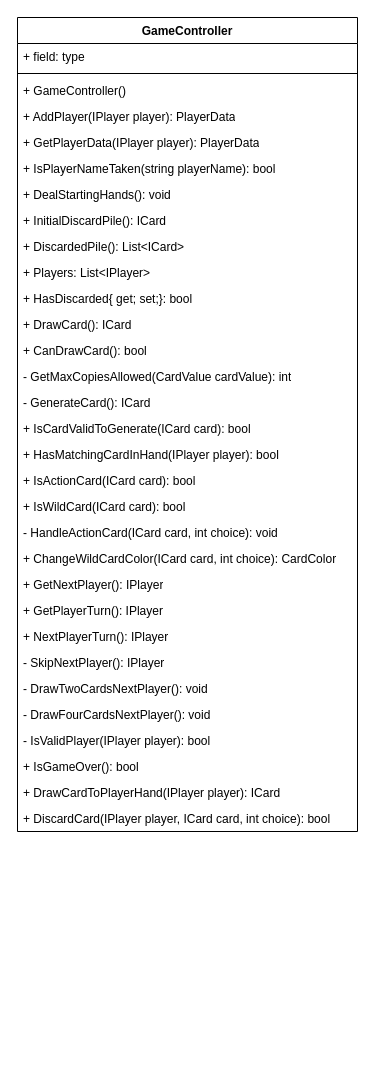
Before: Untitled Diagram.drawio in RobbiAdam/MahjongDiagram, a draw.io diagram. Source tidied: cells renumbered, new cells numbered last; positions are measured from the earlier drawing's top-left corner, leaving out a move shared by most shapes. Both pictures are drawn from the tidied source at 100%, with x=0, y=0 at pixel (17, 17).
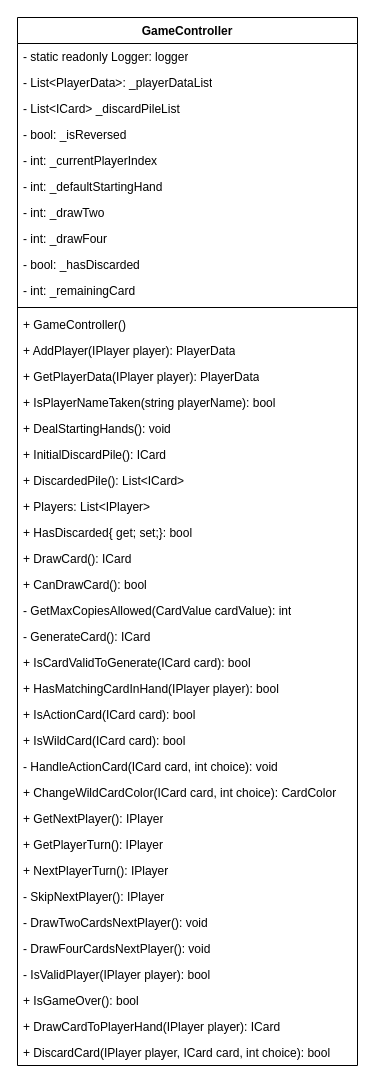
Above is the later version.

Change to the diagram source:
```diff
@@
     <mxCell id="2" value="GameController" style="swimlane;fontStyle=1;align=center;verticalAlign=top;horizontal=1;startSize=26;whiteSpace=wrap;html=1;" parent="1" vertex="1">
-      <mxGeometry width="340" height="814" as="geometry" />
+      <mxGeometry width="340" height="1048" as="geometry" />
     </mxCell>
-    <mxCell id="3" value="+ field: type" style="text;strokeColor=none;fillColor=none;align=left;verticalAlign=top;spacingLeft=4;spacingRight=4;overflow=hidden;whiteSpace=wrap;html=1;" parent="2" vertex="1">
+    <mxCell id="3" value="- static readonly Logger: logger" style="text;strokeColor=none;fillColor=none;align=left;verticalAlign=top;spacingLeft=4;spacingRight=4;overflow=hidden;whiteSpace=wrap;html=1;" parent="2" vertex="1">
       <mxGeometry y="26" width="340" height="26" as="geometry" />
     </mxCell>
+    <mxCell id="34" value="-&amp;nbsp;List&amp;lt;PlayerData&amp;gt;: _playerDataList" style="text;strokeColor=none;fillColor=none;align=left;verticalAlign=top;spacingLeft=4;spacingRight=4;overflow=hidden;whiteSpace=wrap;html=1;" parent="2" vertex="1">
+      <mxGeometry y="52" width="340" height="26" as="geometry" />
+    </mxCell>
+    <mxCell id="35" value="-&amp;nbsp;List&amp;lt;ICard&amp;gt; _discardPileList" style="text;strokeColor=none;fillColor=none;align=left;verticalAlign=top;spacingLeft=4;spacingRight=4;overflow=hidden;whiteSpace=wrap;html=1;" parent="2" vertex="1">
+      <mxGeometry y="78" width="340" height="26" as="geometry" />
+    </mxCell>
+    <mxCell id="36" value="-&amp;nbsp;bool: _isReversed" style="text;strokeColor=none;fillColor=none;align=left;verticalAlign=top;spacingLeft=4;spacingRight=4;overflow=hidden;whiteSpace=wrap;html=1;" parent="2" vertex="1">
+      <mxGeometry y="104" width="340" height="26" as="geometry" />
+    </mxCell>
+    <mxCell id="37" value="-&amp;nbsp;int: _currentPlayerIndex" style="text;strokeColor=none;fillColor=none;align=left;verticalAlign=top;spacingLeft=4;spacingRight=4;overflow=hidden;whiteSpace=wrap;html=1;" parent="2" vertex="1">
+      <mxGeometry y="130" width="340" height="26" as="geometry" />
+    </mxCell>
+    <mxCell id="38" value="-&amp;nbsp;int: _defaultStartingHand" style="text;strokeColor=none;fillColor=none;align=left;verticalAlign=top;spacingLeft=4;spacingRight=4;overflow=hidden;whiteSpace=wrap;html=1;" parent="2" vertex="1">
+      <mxGeometry y="156" width="340" height="26" as="geometry" />
+    </mxCell>
+    <mxCell id="39" value="-&amp;nbsp;int: _drawTwo" style="text;strokeColor=none;fillColor=none;align=left;verticalAlign=top;spacingLeft=4;spacingRight=4;overflow=hidden;whiteSpace=wrap;html=1;" parent="2" vertex="1">
+      <mxGeometry y="182" width="340" height="26" as="geometry" />
+    </mxCell>
+    <mxCell id="40" value="-&amp;nbsp;int: _drawFour" style="text;strokeColor=none;fillColor=none;align=left;verticalAlign=top;spacingLeft=4;spacingRight=4;overflow=hidden;whiteSpace=wrap;html=1;" parent="2" vertex="1">
+      <mxGeometry y="208" width="340" height="26" as="geometry" />
+    </mxCell>
+    <mxCell id="41" value="-&amp;nbsp;bool: _hasDiscarded" style="text;strokeColor=none;fillColor=none;align=left;verticalAlign=top;spacingLeft=4;spacingRight=4;overflow=hidden;whiteSpace=wrap;html=1;" parent="2" vertex="1">
+      <mxGeometry y="234" width="340" height="26" as="geometry" />
+    </mxCell>
+    <mxCell id="42" value="-&amp;nbsp;int: _remainingCard" style="text;strokeColor=none;fillColor=none;align=left;verticalAlign=top;spacingLeft=4;spacingRight=4;overflow=hidden;whiteSpace=wrap;html=1;" parent="2" vertex="1">
+      <mxGeometry y="260" width="340" height="26" as="geometry" />
+    </mxCell>
     <mxCell id="4" style="line;strokeWidth=1;fillColor=none;align=left;verticalAlign=middle;spacingTop=-1;spacingLeft=3;spacingRight=3;labelPosition=right;strokeColor=inherit;" parent="2" vertex="1">
-      <mxGeometry y="52" width="340" height="8" as="geometry" />
+      <mxGeometry y="286" width="340" height="8" as="geometry" />
     </mxCell>
     <mxCell id="5" value="+&amp;nbsp;GameController()" style="text;strokeColor=none;fillColor=none;align=left;verticalAlign=top;spacingLeft=4;spacingRight=4;overflow=hidden;whiteSpace=wrap;html=1;" parent="2" vertex="1">
-      <mxGeometry y="60" width="340" height="26" as="geometry" />
+      <mxGeometry y="294" width="340" height="26" as="geometry" />
     </mxCell>
     <mxCell id="6" value="+ AddPlayer(IPlayer player): PlayerData" style="text;strokeColor=none;fillColor=none;align=left;verticalAlign=top;spacingLeft=4;spacingRight=4;overflow=hidden;whiteSpace=wrap;html=1;" parent="2" vertex="1">
-      <mxGeometry y="86" width="340" height="26" as="geometry" />
+      <mxGeometry y="320" width="340" height="26" as="geometry" />
     </mxCell>
     <mxCell id="7" value="+ GetPlayerData(IPlayer player): PlayerData" style="text;strokeColor=none;fillColor=none;align=left;verticalAlign=top;spacingLeft=4;spacingRight=4;overflow=hidden;whiteSpace=wrap;html=1;" parent="2" vertex="1">
-      <mxGeometry y="112" width="340" height="26" as="geometry" />
+      <mxGeometry y="346" width="340" height="26" as="geometry" />
     </mxCell>
     <mxCell id="8" value="+ IsPlayerNameTaken(string playerName): bool" style="text;strokeColor=none;fillColor=none;align=left;verticalAlign=top;spacingLeft=4;spacingRight=4;overflow=hidden;whiteSpace=wrap;html=1;" parent="2" vertex="1">
-      <mxGeometry y="138" width="340" height="26" as="geometry" />
+      <mxGeometry y="372" width="340" height="26" as="geometry" />
     </mxCell>
     <mxCell id="9" value="+ DealStartingHands(): void" style="text;strokeColor=none;fillColor=none;align=left;verticalAlign=top;spacingLeft=4;spacingRight=4;overflow=hidden;whiteSpace=wrap;html=1;" parent="2" vertex="1">
-      <mxGeometry y="164" width="340" height="26" as="geometry" />
+      <mxGeometry y="398" width="340" height="26" as="geometry" />
     </mxCell>
     <mxCell id="10" value="+ InitialDiscardPile(): ICard" style="text;strokeColor=none;fillColor=none;align=left;verticalAlign=top;spacingLeft=4;spacingRight=4;overflow=hidden;whiteSpace=wrap;html=1;" parent="2" vertex="1">
-      <mxGeometry y="190" width="340" height="26" as="geometry" />
+      <mxGeometry y="424" width="340" height="26" as="geometry" />
     </mxCell>
     <mxCell id="11" value="+ DiscardedPile(): List&amp;lt;ICard&amp;gt;" style="text;strokeColor=none;fillColor=none;align=left;verticalAlign=top;spacingLeft=4;spacingRight=4;overflow=hidden;whiteSpace=wrap;html=1;" parent="2" vertex="1">
-      <mxGeometry y="216" width="340" height="26" as="geometry" />
+      <mxGeometry y="450" width="340" height="26" as="geometry" />
     </mxCell>
     <mxCell id="12" value="+ Players: List&amp;lt;IPlayer&amp;gt;" style="text;strokeColor=none;fillColor=none;align=left;verticalAlign=top;spacingLeft=4;spacingRight=4;overflow=hidden;whiteSpace=wrap;html=1;" parent="2" vertex="1">
-      <mxGeometry y="242" width="340" height="26" as="geometry" />
+      <mxGeometry y="476" width="340" height="26" as="geometry" />
     </mxCell>
     <mxCell id="13" value="+ HasDiscarded{ get; set;}: bool" style="text;strokeColor=none;fillColor=none;align=left;verticalAlign=top;spacingLeft=4;spacingRight=4;overflow=hidden;whiteSpace=wrap;html=1;" parent="2" vertex="1">
-      <mxGeometry y="268" width="340" height="26" as="geometry" />
+      <mxGeometry y="502" width="340" height="26" as="geometry" />
     </mxCell>
     <mxCell id="14" value="+ DrawCard(): ICard" style="text;strokeColor=none;fillColor=none;align=left;verticalAlign=top;spacingLeft=4;spacingRight=4;overflow=hidden;whiteSpace=wrap;html=1;" parent="2" vertex="1">
-      <mxGeometry y="294" width="340" height="26" as="geometry" />
+      <mxGeometry y="528" width="340" height="26" as="geometry" />
     </mxCell>
     <mxCell id="15" value="+ CanDrawCard(): bool" style="text;strokeColor=none;fillColor=none;align=left;verticalAlign=top;spacingLeft=4;spacingRight=4;overflow=hidden;whiteSpace=wrap;html=1;" parent="2" vertex="1">
-      <mxGeometry y="320" width="340" height="26" as="geometry" />
+      <mxGeometry y="554" width="340" height="26" as="geometry" />
     </mxCell>
     <mxCell id="16" value="- GetMaxCopiesAllowed(CardValue cardValue): int" style="text;strokeColor=none;fillColor=none;align=left;verticalAlign=top;spacingLeft=4;spacingRight=4;overflow=hidden;whiteSpace=wrap;html=1;" parent="2" vertex="1">
-      <mxGeometry y="346" width="340" height="26" as="geometry" />
+      <mxGeometry y="580" width="340" height="26" as="geometry" />
     </mxCell>
     <mxCell id="17" value="- GenerateCard(): ICard" style="text;strokeColor=none;fillColor=none;align=left;verticalAlign=top;spacingLeft=4;spacingRight=4;overflow=hidden;whiteSpace=wrap;html=1;" parent="2" vertex="1">
-      <mxGeometry y="372" width="340" height="26" as="geometry" />
+      <mxGeometry y="606" width="340" height="26" as="geometry" />
     </mxCell>
     <mxCell id="18" value="+ IsCardValidToGenerate(ICard card): bool" style="text;strokeColor=none;fillColor=none;align=left;verticalAlign=top;spacingLeft=4;spacingRight=4;overflow=hidden;whiteSpace=wrap;html=1;" parent="2" vertex="1">
-      <mxGeometry y="398" width="340" height="26" as="geometry" />
+      <mxGeometry y="632" width="340" height="26" as="geometry" />
     </mxCell>
     <mxCell id="19" value="+ HasMatchingCardInHand(IPlayer player): bool" style="text;strokeColor=none;fillColor=none;align=left;verticalAlign=top;spacingLeft=4;spacingRight=4;overflow=hidden;whiteSpace=wrap;html=1;" parent="2" vertex="1">
-      <mxGeometry y="424" width="340" height="26" as="geometry" />
+      <mxGeometry y="658" width="340" height="26" as="geometry" />
     </mxCell>
     <mxCell id="20" value="+ IsActionCard(ICard card): bool" style="text;strokeColor=none;fillColor=none;align=left;verticalAlign=top;spacingLeft=4;spacingRight=4;overflow=hidden;whiteSpace=wrap;html=1;" parent="2" vertex="1">
-      <mxGeometry y="450" width="340" height="26" as="geometry" />
+      <mxGeometry y="684" width="340" height="26" as="geometry" />
     </mxCell>
     <mxCell id="21" value="+ IsWildCard(ICard card): bool" style="text;strokeColor=none;fillColor=none;align=left;verticalAlign=top;spacingLeft=4;spacingRight=4;overflow=hidden;whiteSpace=wrap;html=1;" parent="2" vertex="1">
-      <mxGeometry y="476" width="340" height="26" as="geometry" />
+      <mxGeometry y="710" width="340" height="26" as="geometry" />
     </mxCell>
     <mxCell id="22" value="- HandleActionCard(ICard card, int choice): void" style="text;strokeColor=none;fillColor=none;align=left;verticalAlign=top;spacingLeft=4;spacingRight=4;overflow=hidden;whiteSpace=wrap;html=1;" parent="2" vertex="1">
-      <mxGeometry y="502" width="340" height="26" as="geometry" />
+      <mxGeometry y="736" width="340" height="26" as="geometry" />
     </mxCell>
     <mxCell id="23" value="+ ChangeWildCardColor(ICard card, int choice): CardColor" style="text;strokeColor=none;fillColor=none;align=left;verticalAlign=top;spacingLeft=4;spacingRight=4;overflow=hidden;whiteSpace=wrap;html=1;" parent="2" vertex="1">
-      <mxGeometry y="528" width="340" height="26" as="geometry" />
+      <mxGeometry y="762" width="340" height="26" as="geometry" />
     </mxCell>
     <mxCell id="24" value="+ GetNextPlayer(): IPlayer" style="text;strokeColor=none;fillColor=none;align=left;verticalAlign=top;spacingLeft=4;spacingRight=4;overflow=hidden;whiteSpace=wrap;html=1;" parent="2" vertex="1">
-      <mxGeometry y="554" width="340" height="26" as="geometry" />
+      <mxGeometry y="788" width="340" height="26" as="geometry" />
     </mxCell>
     <mxCell id="25" value="+ GetPlayerTurn(): IPlayer" style="text;strokeColor=none;fillColor=none;align=left;verticalAlign=top;spacingLeft=4;spacingRight=4;overflow=hidden;whiteSpace=wrap;html=1;" parent="2" vertex="1">
-      <mxGeometry y="580" width="340" height="26" as="geometry" />
+      <mxGeometry y="814" width="340" height="26" as="geometry" />
     </mxCell>
     <mxCell id="26" value="+ NextPlayerTurn(): IPlayer" style="text;strokeColor=none;fillColor=none;align=left;verticalAlign=top;spacingLeft=4;spacingRight=4;overflow=hidden;whiteSpace=wrap;html=1;" parent="2" vertex="1">
-      <mxGeometry y="606" width="340" height="26" as="geometry" />
+      <mxGeometry y="840" width="340" height="26" as="geometry" />
     </mxCell>
     <mxCell id="27" value="- SkipNextPlayer(): IPlayer" style="text;strokeColor=none;fillColor=none;align=left;verticalAlign=top;spacingLeft=4;spacingRight=4;overflow=hidden;whiteSpace=wrap;html=1;" parent="2" vertex="1">
-      <mxGeometry y="632" width="340" height="26" as="geometry" />
+      <mxGeometry y="866" width="340" height="26" as="geometry" />
     </mxCell>
     <mxCell id="28" value="-&amp;nbsp;DrawTwoCardsNextPlayer(): void" style="text;strokeColor=none;fillColor=none;align=left;verticalAlign=top;spacingLeft=4;spacingRight=4;overflow=hidden;whiteSpace=wrap;html=1;" parent="2" vertex="1">
-      <mxGeometry y="658" width="340" height="26" as="geometry" />
+      <mxGeometry y="892" width="340" height="26" as="geometry" />
     </mxCell>
     <mxCell id="29" value="-&amp;nbsp;DrawFourCardsNextPlayer(): void" style="text;strokeColor=none;fillColor=none;align=left;verticalAlign=top;spacingLeft=4;spacingRight=4;overflow=hidden;whiteSpace=wrap;html=1;" parent="2" vertex="1">
-      <mxGeometry y="684" width="340" height="26" as="geometry" />
+      <mxGeometry y="918" width="340" height="26" as="geometry" />
     </mxCell>
     <mxCell id="30" value="-&amp;nbsp;IsValidPlayer(IPlayer player): bool" style="text;strokeColor=none;fillColor=none;align=left;verticalAlign=top;spacingLeft=4;spacingRight=4;overflow=hidden;whiteSpace=wrap;html=1;" parent="2" vertex="1">
-      <mxGeometry y="710" width="340" height="26" as="geometry" />
+      <mxGeometry y="944" width="340" height="26" as="geometry" />
     </mxCell>
     <mxCell id="31" value="+&amp;nbsp;IsGameOver(): bool" style="text;strokeColor=none;fillColor=none;align=left;verticalAlign=top;spacingLeft=4;spacingRight=4;overflow=hidden;whiteSpace=wrap;html=1;" parent="2" vertex="1">
-      <mxGeometry y="736" width="340" height="26" as="geometry" />
+      <mxGeometry y="970" width="340" height="26" as="geometry" />
     </mxCell>
     <mxCell id="32" value="+&amp;nbsp;DrawCardToPlayerHand(IPlayer player): ICard" style="text;strokeColor=none;fillColor=none;align=left;verticalAlign=top;spacingLeft=4;spacingRight=4;overflow=hidden;whiteSpace=wrap;html=1;" parent="2" vertex="1">
-      <mxGeometry y="762" width="340" height="26" as="geometry" />
+      <mxGeometry y="996" width="340" height="26" as="geometry" />
     </mxCell>
     <mxCell id="33" value="+&amp;nbsp;DiscardCard(IPlayer player, ICard card, int choice): bool" style="text;strokeColor=none;fillColor=none;align=left;verticalAlign=top;spacingLeft=4;spacingRight=4;overflow=hidden;whiteSpace=wrap;html=1;" parent="2" vertex="1">
-      <mxGeometry y="788" width="340" height="26" as="geometry" />
+      <mxGeometry y="1022" width="340" height="26" as="geometry" />
     </mxCell>
```
